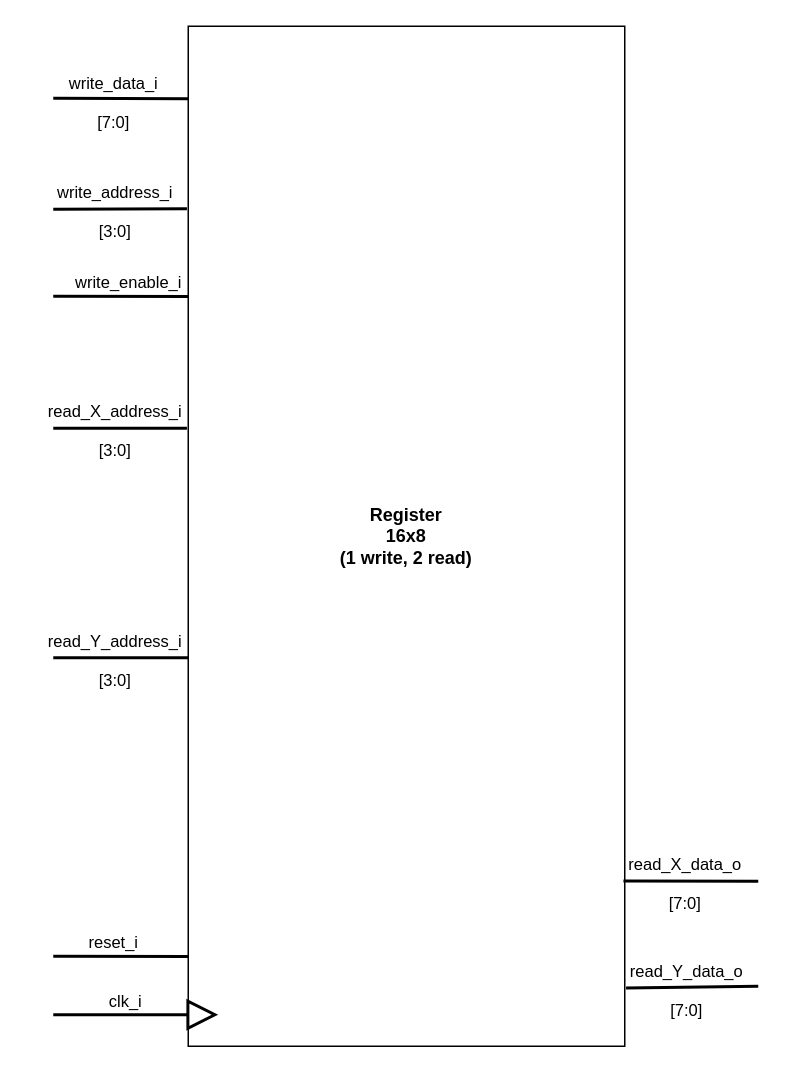
Earlier version of the draw.io diagram Blockbeschreibungen/Register_beschreibung.drawio (graefjk/RO2). Source tidied: cells renumbered, new cells numbered last; positions are measured from the earlier drawing's top-left corner, leaving out a move shared by most shapes. Both pictures are drawn from the tidied source at 150%, with x=0, y=0 at pixel (52, 26).
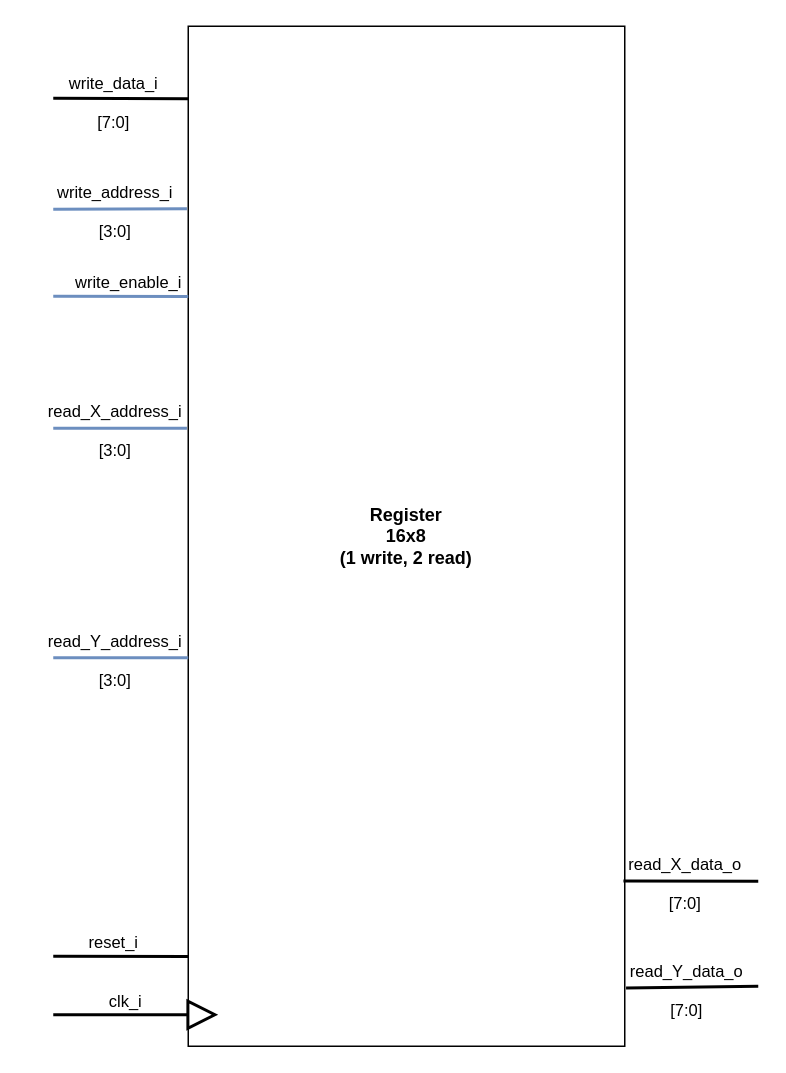
The same diagram, later.

Commit message (it also covers changes not shown here):
changed control signals in the ram and register diagram to blue

The change refers to these unchanged cells:
```xml
<mxCell id="2" value="&lt;div&gt;&lt;b&gt;Register&lt;/b&gt;&lt;/div&gt;&lt;div&gt;&lt;b&gt;16x8&lt;/b&gt;&lt;/div&gt;&lt;div&gt;&lt;b&gt;(1 write, 2 read)&lt;br&gt;&lt;/b&gt;&lt;/div&gt;" style="rounded=0;whiteSpace=wrap;html=1;" parent="1" vertex="1">
  <mxGeometry x="90" width="291" height="680" as="geometry" />
</mxCell>
```

What changed in the source:
```diff
@@
-    <mxCell id="3" style="endArrow=none;html=1;rounded=0;labelBackgroundColor=none;startSize=8;endSize=8;strokeColor=default;strokeWidth=2;jumpSize=8;entryX=-0.003;entryY=0.179;entryDx=0;entryDy=0;entryPerimeter=0;" parent="1" edge="1" target="2">
+    <mxCell id="3" style="endArrow=none;html=1;rounded=0;labelBackgroundColor=none;startSize=8;endSize=8;strokeColor=#6c8ebf;strokeWidth=2;jumpSize=8;entryX=-0.003;entryY=0.179;entryDx=0;entryDy=0;entryPerimeter=0;fillColor=#dae8fc;" parent="1" edge="1" target="2">
       <mxGeometry relative="1" as="geometry">
         <mxPoint y="122" as="sourcePoint" />
       </mxGeometry>
     </mxCell>
@@
-    <mxCell id="5" style="endArrow=none;html=1;rounded=0;labelBackgroundColor=none;startSize=8;endSize=8;strokeColor=default;strokeWidth=2;jumpSize=8;entryX=0;entryY=0.265;entryDx=0;entryDy=0;entryPerimeter=0;" parent="1" edge="1" target="2">
+    <mxCell id="5" style="endArrow=none;html=1;rounded=0;labelBackgroundColor=none;startSize=8;endSize=8;strokeColor=#6c8ebf;strokeWidth=2;jumpSize=8;entryX=0;entryY=0.265;entryDx=0;entryDy=0;entryPerimeter=0;fillColor=#dae8fc;" parent="1" edge="1" target="2">
       <mxGeometry relative="1" as="geometry">
         <mxPoint y="180" as="sourcePoint" />
       </mxGeometry>
     </mxCell>
@@
-    <mxCell id="7" style="endArrow=none;html=1;rounded=0;labelBackgroundColor=none;startSize=8;endSize=8;strokeColor=default;strokeWidth=2;jumpSize=8;entryX=-0.003;entryY=0.394;entryDx=0;entryDy=0;entryPerimeter=0;" parent="1" edge="1" target="2">
+    <mxCell id="7" style="endArrow=none;html=1;rounded=0;labelBackgroundColor=none;startSize=8;endSize=8;strokeColor=#6c8ebf;strokeWidth=2;jumpSize=8;entryX=-0.003;entryY=0.394;entryDx=0;entryDy=0;entryPerimeter=0;fillColor=#dae8fc;" parent="1" edge="1" target="2">
       <mxGeometry relative="1" as="geometry">
         <mxPoint y="268" as="sourcePoint" />
       </mxGeometry>
     </mxCell>
@@
-    <mxCell id="9" style="endArrow=none;html=1;rounded=0;labelBackgroundColor=none;startSize=8;endSize=8;strokeColor=default;strokeWidth=2;jumpSize=8;entryX=0;entryY=0.619;entryDx=0;entryDy=0;entryPerimeter=0;" parent="1" edge="1" target="2">
+    <mxCell id="9" style="endArrow=none;html=1;rounded=0;labelBackgroundColor=none;startSize=8;endSize=8;strokeColor=#6c8ebf;strokeWidth=2;jumpSize=8;entryX=0;entryY=0.619;entryDx=0;entryDy=0;entryPerimeter=0;fillColor=#dae8fc;" parent="1" edge="1" target="2">
       <mxGeometry relative="1" as="geometry">
         <mxPoint y="421" as="sourcePoint" />
       </mxGeometry>
     </mxCell>
```
